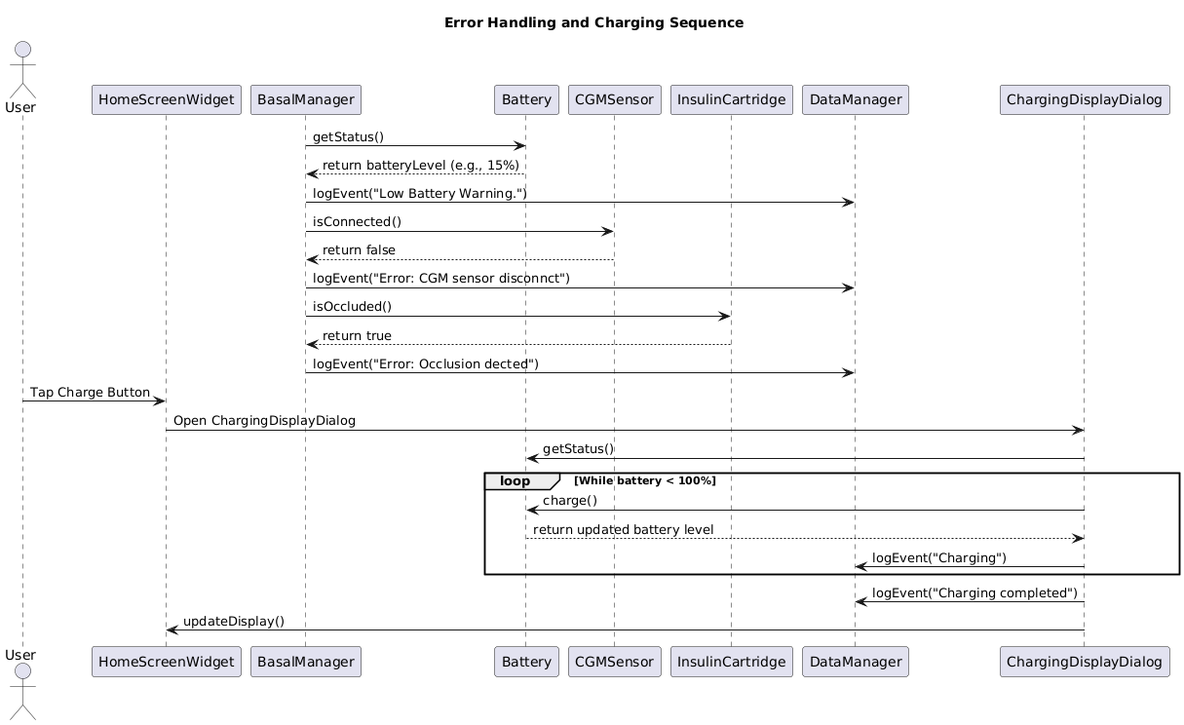
Above: Sequence Diagrams/Charging&ErrorHandling.png in nik3tR/Insulin-Pump-Sim (PlantUML), before the change.
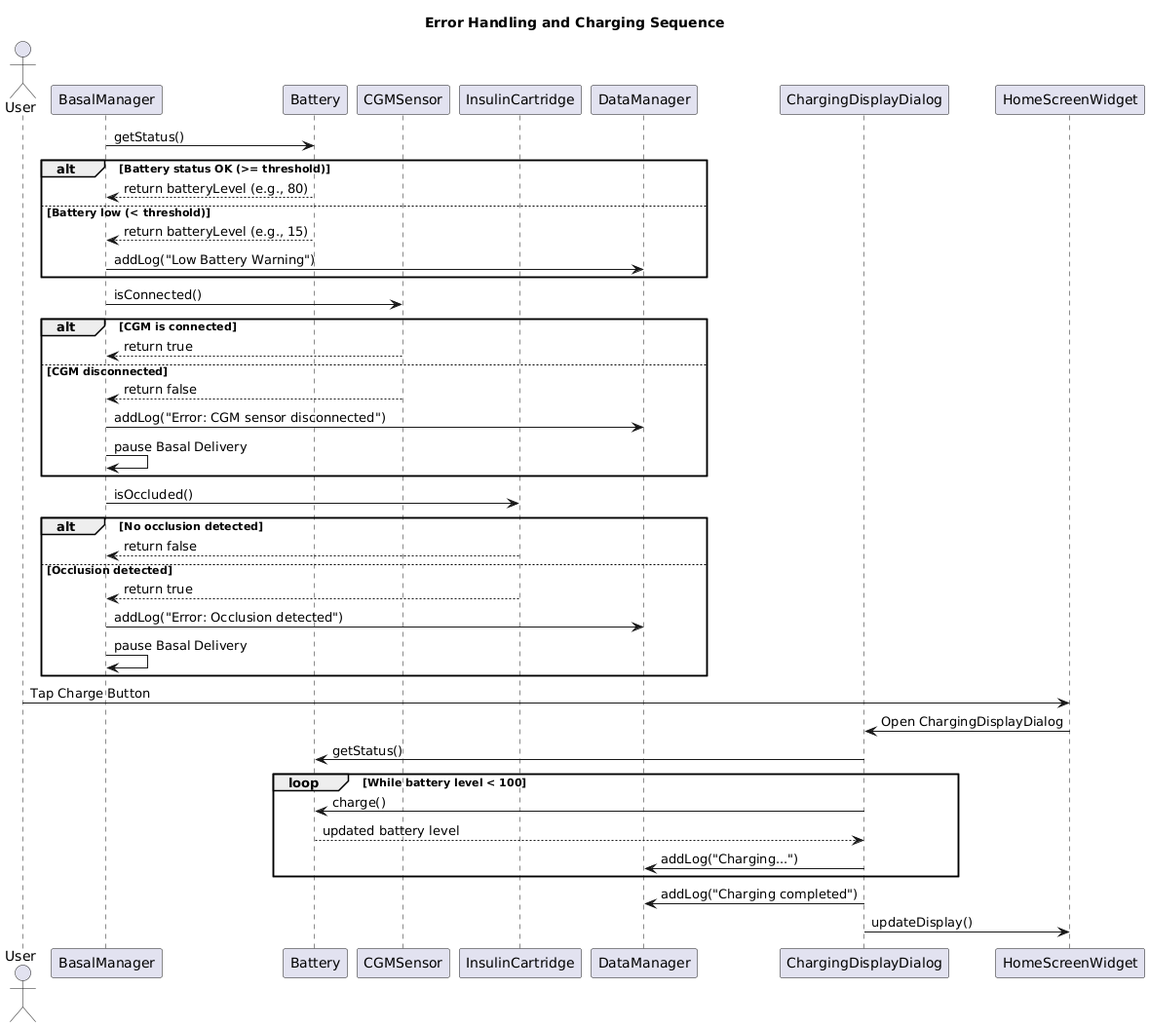
After the change.

The edit, as a diff of the source:
```diff
@@ -2,36 +2,48 @@
 title Error Handling and Charging Sequence
 
 actor User
-participant "HomeScreenWidget" as HS
 participant "BasalManager" as BM
 participant "Battery" as Bat
 participant "CGMSensor" as CGM
 participant "InsulinCartridge" as IC
 participant "DataManager" as DM
 participant "ChargingDisplayDialog" as CD
+participant "HomeScreenWidget" as HS
 
 BM -> Bat: getStatus()
-Bat --> BM: return batteryLevel (e.g., 15%)
-BM -> DM: logEvent("Low Battery Warning.")
+alt Battery status OK (>= threshold)
+    Bat --> BM: return batteryLevel (e.g., 80)
+else Battery low (< threshold)
+    Bat --> BM: return batteryLevel (e.g., 15)
+    BM -> DM: addLog("Low Battery Warning")
+end
 
 BM -> CGM: isConnected()
-CGM --> BM: return false
-BM -> DM: logEvent("Error: CGM sensor disconnct")
+alt CGM is connected
+    CGM --> BM: return true
+else CGM disconnected
+    CGM --> BM: return false
+    BM -> DM: addLog("Error: CGM sensor disconnected")
+    BM -> BM: pause Basal Delivery
+end
 
 BM -> IC: isOccluded()
-IC --> BM: return true
-BM -> DM: logEvent("Error: Occlusion dected")
+alt No occlusion detected
+    IC --> BM: return false
+else Occlusion detected
+    IC --> BM: return true
+    BM -> DM: addLog("Error: Occlusion detected")
+    BM -> BM: pause Basal Delivery
+end
 
 User -> HS: Tap Charge Button
 HS -> CD: Open ChargingDisplayDialog
 CD -> Bat: getStatus()
-
-loop While battery < 100%
+loop While battery level < 100
     CD -> Bat: charge()
-    Bat --> CD: return updated battery level
-    CD -> DM: logEvent("Charging")
+    Bat --> CD: updated battery level
+    CD -> DM: addLog("Charging...")
 end
-
-CD -> DM: logEvent("Charging completed")
+CD -> DM: addLog("Charging completed")
 CD -> HS: updateDisplay()
 @enduml
```
